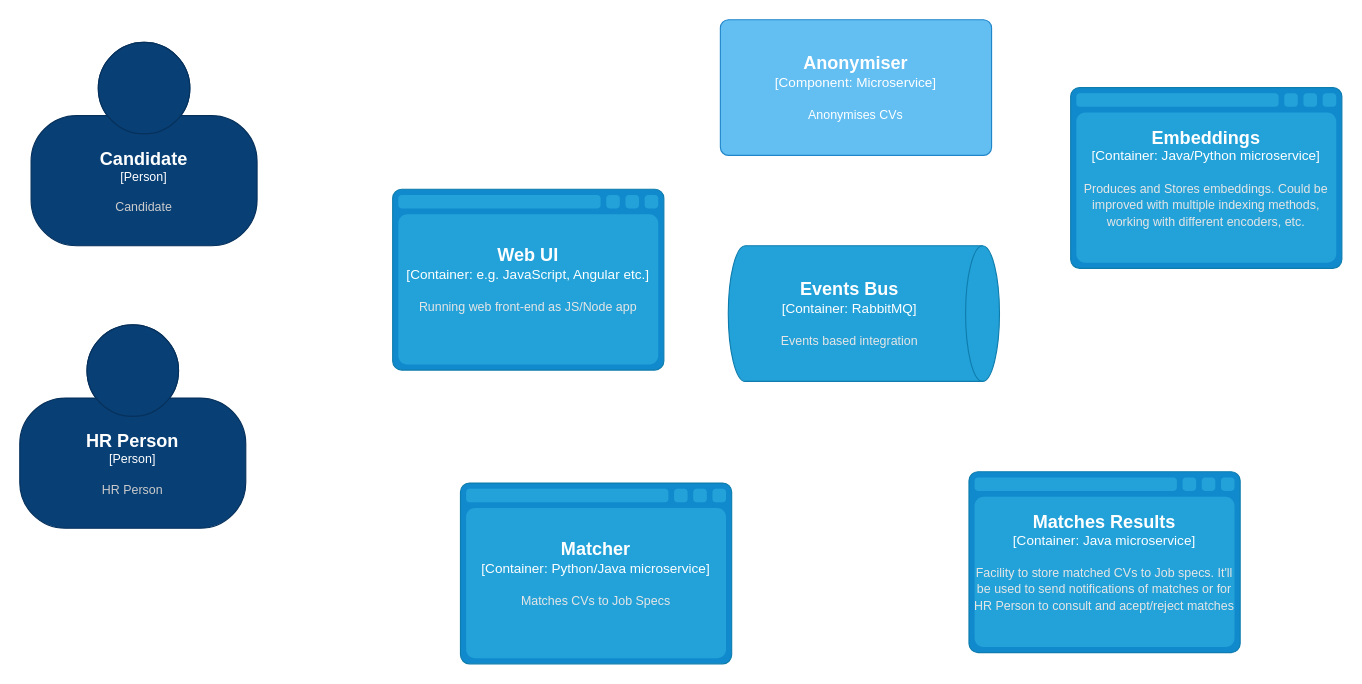
EquiVisionaries/EquiVisionaries keeps this draw.io diagram as ideas.drawio. Above is the earlier version. Source tidied: cells renumbered, new cells numbered last; positions are measured from the earlier drawing's top-left corner, leaving out a move shared by most shapes. Both pictures are drawn from the tidied source at 113%, with x=0, y=0 at pixel (19, 19).
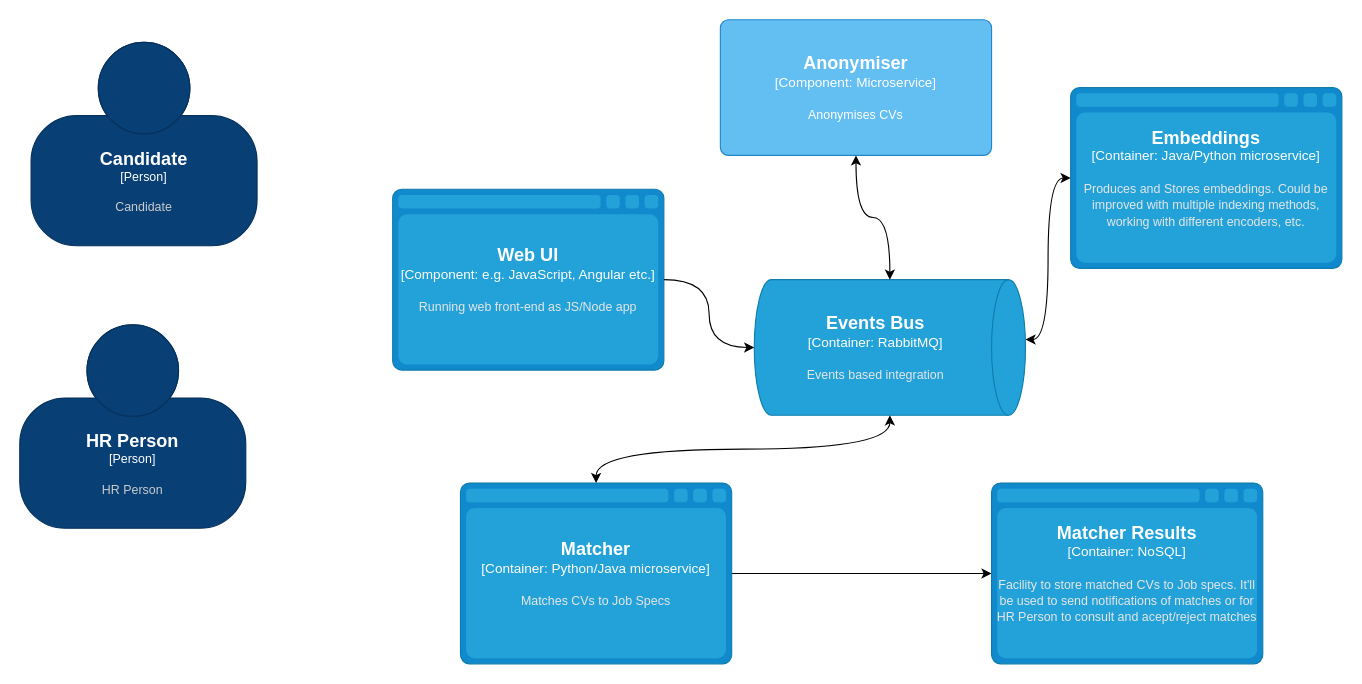
The same page after the edit.

The change refers to these unchanged cells:
```xml
<object id="5" label="&lt;font style=&quot;font-size: 16px&quot;&gt;&lt;b&gt;%c4Name%&lt;/b&gt;&lt;/font&gt;&lt;div&gt;[%c4Type%: %c4Technology%]&lt;/div&gt;&lt;br&gt;&lt;div&gt;&lt;font style=&quot;font-size: 11px&quot;&gt;%c4Description%&lt;/font&gt;&lt;/div&gt;" c4Description="Anonymises CVs" c4Name="Anonymiser" c4Technology="Microservice" c4Type="Component" placeholders="1">
  <mxCell style="rounded=1;whiteSpace=wrap;html=1;labelBackgroundColor=none;fillColor=#63BEF2;fontColor=#ffffff;align=center;arcSize=6;strokeColor=#2086C9;points=[[0.25,0,0],[0.5,0,0],[0.75,0,0],[1,0.25,0],[1,0.5,0],[1,0.75,0],[0.75,1,0],[0.5,1,0],[0.25,1,0],[0,0.75,0],[0,0.5,0],[0,0.25,0]];" parent="1" vertex="1">
    <mxGeometry x="620" width="240" height="120" as="geometry" />
  </mxCell>
</object>
<object id="6" label="&lt;font style=&quot;font-size: 16px&quot;&gt;&lt;b&gt;%c4Name%&lt;/b&gt;&lt;/font&gt;&lt;div&gt;[%c4Type%:&amp;nbsp;%c4Technology%]&lt;/div&gt;&lt;br&gt;&lt;div&gt;&lt;font style=&quot;font-size: 11px&quot;&gt;&lt;font color=&quot;#E6E6E6&quot;&gt;%c4Description%&lt;/font&gt;&lt;/div&gt;" c4Description="Produces and Stores embeddings. Could be improved with multiple indexing methods, working with different encoders, etc." c4Name="Embeddings" c4Technology="Java/Python microservice" c4Type="Container" placeholders="1">
  <mxCell style="shape=mxgraph.c4.webBrowserContainer2;whiteSpace=wrap;html=1;boundedLbl=1;rounded=0;labelBackgroundColor=none;strokeColor=#118ACD;fillColor=#23A2D9;strokeColor=#118ACD;strokeColor2=#0E7DAD;fontSize=12;fontColor=#ffffff;align=center;points=[[0.5,0,0],[1,0.25,0],[1,0.5,0],[1,0.75,0],[0.5,1,0],[0,0.75,0],[0,0.5,0],[0,0.25,0]];" parent="1" vertex="1">
    <mxGeometry x="930" y="60" width="240" height="160" as="geometry" />
  </mxCell>
</object>
<object id="8" label="&lt;font style=&quot;font-size: 16px&quot;&gt;&lt;b&gt;%c4Name%&lt;/b&gt;&lt;/font&gt;&lt;div&gt;[%c4Type%:&amp;nbsp;%c4Technology%]&lt;/div&gt;&lt;br&gt;&lt;div&gt;&lt;font style=&quot;font-size: 11px&quot;&gt;&lt;font color=&quot;#E6E6E6&quot;&gt;%c4Description%&lt;/font&gt;&lt;/div&gt;" c4Description="Matches CVs to Job Specs" c4Name="Matcher" c4Technology="Python/Java microservice" c4Type="Container" placeholders="1">
  <mxCell style="shape=mxgraph.c4.webBrowserContainer2;whiteSpace=wrap;html=1;boundedLbl=1;rounded=0;labelBackgroundColor=none;strokeColor=#118ACD;fillColor=#23A2D9;strokeColor=#118ACD;strokeColor2=#0E7DAD;fontSize=12;fontColor=#ffffff;align=center;points=[[0.5,0,0],[1,0.25,0],[1,0.5,0],[1,0.75,0],[0.5,1,0],[0,0.75,0],[0,0.5,0],[0,0.25,0]];" parent="1" vertex="1">
    <mxGeometry x="390" y="410" width="240" height="160" as="geometry" />
  </mxCell>
</object>
```

The edit, as a diff of the source:
```diff
@@
-    <object id="4" label="&lt;font style=&quot;font-size: 16px&quot;&gt;&lt;b&gt;%c4Name%&lt;/b&gt;&lt;/font&gt;&lt;div&gt;[%c4Type%:&amp;nbsp;%c4Technology%]&lt;/div&gt;&lt;br&gt;&lt;div&gt;&lt;font style=&quot;font-size: 11px&quot;&gt;&lt;font color=&quot;#E6E6E6&quot;&gt;%c4Description%&lt;/font&gt;&lt;/div&gt;" c4Description="Running web front-end as JS/Node app" c4Name="Web UI" c4Technology="e.g. JavaScript, Angular etc." c4Type="Container" placeholders="1">
+    <object id="4" label="&lt;font style=&quot;font-size: 16px&quot;&gt;&lt;b&gt;%c4Name%&lt;/b&gt;&lt;/font&gt;&lt;div&gt;[%c4Type%:&amp;nbsp;%c4Technology%]&lt;/div&gt;&lt;br&gt;&lt;div&gt;&lt;font style=&quot;font-size: 11px&quot;&gt;&lt;font color=&quot;#E6E6E6&quot;&gt;%c4Description%&lt;/font&gt;&lt;/div&gt;" c4Description="Running web front-end as JS/Node app" c4Name="Web UI" c4Technology="e.g. JavaScript, Angular etc." c4Type="Component" placeholders="1">
       <mxCell style="shape=mxgraph.c4.webBrowserContainer2;whiteSpace=wrap;html=1;boundedLbl=1;rounded=0;labelBackgroundColor=none;strokeColor=#118ACD;fillColor=#23A2D9;strokeColor=#118ACD;strokeColor2=#0E7DAD;fontSize=12;fontColor=#ffffff;align=center;points=[[0.5,0,0],[1,0.25,0],[1,0.5,0],[1,0.75,0],[0.5,1,0],[0,0.75,0],[0,0.5,0],[0,0.25,0]];" parent="1" vertex="1">
         <mxGeometry x="330" y="150" width="240" height="160" as="geometry" />
       </mxCell>
     </object>
@@
     <object id="7" label="&lt;font style=&quot;font-size: 16px&quot;&gt;&lt;b&gt;%c4Name%&lt;/b&gt;&lt;/font&gt;&lt;div&gt;[%c4Type%:&amp;nbsp;%c4Technology%]&lt;/div&gt;&lt;br&gt;&lt;div&gt;&lt;font style=&quot;font-size: 11px&quot;&gt;&lt;font color=&quot;#E6E6E6&quot;&gt;%c4Description%&lt;/font&gt;&lt;/div&gt;" c4Description="Events based integration" c4Name="Events Bus" c4Technology="RabbitMQ" c4Type="Container" placeholders="1">
       <mxCell style="shape=cylinder3;size=15;direction=south;whiteSpace=wrap;html=1;boundedLbl=1;rounded=0;labelBackgroundColor=none;fillColor=#23A2D9;fontSize=12;fontColor=#ffffff;align=center;strokeColor=#0E7DAD;points=[[0.5,0,0],[1,0.25,0],[1,0.5,0],[1,0.75,0],[0.5,1,0],[0,0.75,0],[0,0.5,0],[0,0.25,0]];" parent="1" vertex="1">
-        <mxGeometry x="627" y="200" width="240" height="120" as="geometry" />
+        <mxGeometry x="650" y="230" width="240" height="120" as="geometry" />
       </mxCell>
     </object>
+    <mxCell id="10" style="edgeStyle=orthogonalEdgeStyle;rounded=0;jettySize=auto;html=1;curved=1;" parent="1" edge="1" source="8" target="9">
+      <mxGeometry relative="1" as="geometry" />
+    </mxCell>
@@
-    <object id="9" label="&lt;font style=&quot;font-size: 16px&quot;&gt;&lt;b&gt;%c4Name%&lt;/b&gt;&lt;/font&gt;&lt;div&gt;[%c4Type%:&amp;nbsp;%c4Technology%]&lt;/div&gt;&lt;br&gt;&lt;div&gt;&lt;font style=&quot;font-size: 11px&quot;&gt;&lt;font color=&quot;#E6E6E6&quot;&gt;%c4Description%&lt;/font&gt;&lt;/div&gt;" c4Description="Facility to store matched CVs to Job specs. It'll be used to send notifications of matches or for HR Person to consult and acept/reject matches" c4Name="Matches Results" c4Technology="Java microservice" c4Type="Container" placeholders="1">
+    <object id="9" label="&lt;font style=&quot;font-size: 16px&quot;&gt;&lt;b&gt;%c4Name%&lt;/b&gt;&lt;/font&gt;&lt;div&gt;[%c4Type%:&amp;nbsp;%c4Technology%]&lt;/div&gt;&lt;br&gt;&lt;div&gt;&lt;font style=&quot;font-size: 11px&quot;&gt;&lt;font color=&quot;#E6E6E6&quot;&gt;%c4Description%&lt;/font&gt;&lt;/div&gt;" c4Description="Facility to store matched CVs to Job specs. It'll be used to send notifications of matches or for HR Person to consult and acept/reject matches" c4Name="Matcher Results" c4Technology="NoSQL" c4Type="Container" placeholders="1">
       <mxCell style="shape=mxgraph.c4.webBrowserContainer2;whiteSpace=wrap;html=1;boundedLbl=1;rounded=0;labelBackgroundColor=none;strokeColor=#118ACD;fillColor=#23A2D9;strokeColor=#118ACD;strokeColor2=#0E7DAD;fontSize=12;fontColor=#ffffff;align=center;points=[[0.5,0,0],[1,0.25,0],[1,0.5,0],[1,0.75,0],[0.5,1,0],[0,0.75,0],[0,0.5,0],[0,0.25,0]];" parent="1" vertex="1">
-        <mxGeometry x="840" y="400" width="240" height="160" as="geometry" />
+        <mxGeometry x="860" y="410" width="240" height="160" as="geometry" />
       </mxCell>
     </object>
+    <mxCell id="11" style="edgeStyle=orthogonalEdgeStyle;rounded=0;jettySize=auto;html=1;entryX=0.5;entryY=1;entryDx=0;entryDy=0;entryPerimeter=0;curved=1;" parent="1" edge="1" source="4" target="7">
+      <mxGeometry relative="1" as="geometry" />
+    </mxCell>
+    <mxCell id="12" style="edgeStyle=orthogonalEdgeStyle;rounded=0;jettySize=auto;html=1;exitX=0.5;exitY=1;exitDx=0;exitDy=0;exitPerimeter=0;entryX=0;entryY=0.5;entryDx=0;entryDy=0;entryPerimeter=0;curved=1;startArrow=classic;startFill=1;" parent="1" edge="1" source="5" target="7">
+      <mxGeometry relative="1" as="geometry" />
+    </mxCell>
+    <mxCell id="13" style="edgeStyle=orthogonalEdgeStyle;rounded=0;jettySize=auto;html=1;entryX=0.442;entryY=0;entryDx=0;entryDy=0;entryPerimeter=0;curved=1;startArrow=classic;startFill=1;" parent="1" edge="1" source="6" target="7">
+      <mxGeometry relative="1" as="geometry" />
+    </mxCell>
+    <mxCell id="14" style="edgeStyle=orthogonalEdgeStyle;rounded=0;jettySize=auto;html=1;entryX=1;entryY=0.5;entryDx=0;entryDy=0;entryPerimeter=0;exitX=0.5;exitY=0;exitDx=0;exitDy=0;exitPerimeter=0;curved=1;startArrow=classic;startFill=1;" parent="1" edge="1" source="8" target="7">
+      <mxGeometry relative="1" as="geometry" />
+    </mxCell>
```
